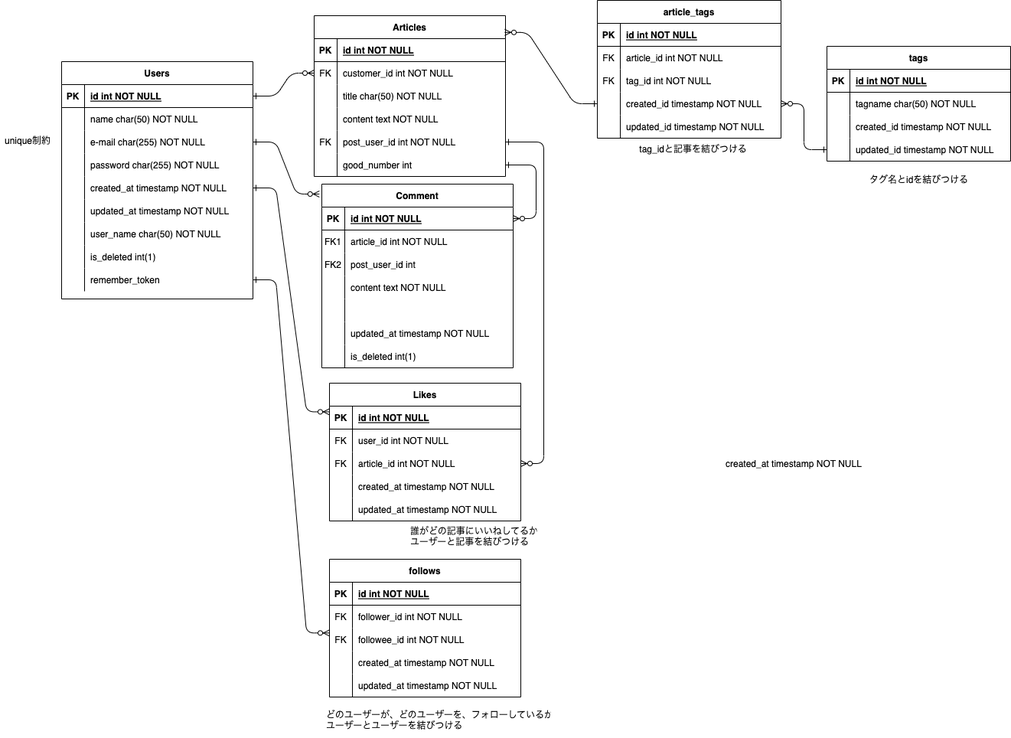
The draw.io diagram 名称未設定ファイル.drawio.png in yusukekoseki/gocrud, before a commit. Source tidied: cells renumbered, new cells last; positions are measured from the earlier drawing's top-left corner, leaving out a move shared by most shapes.
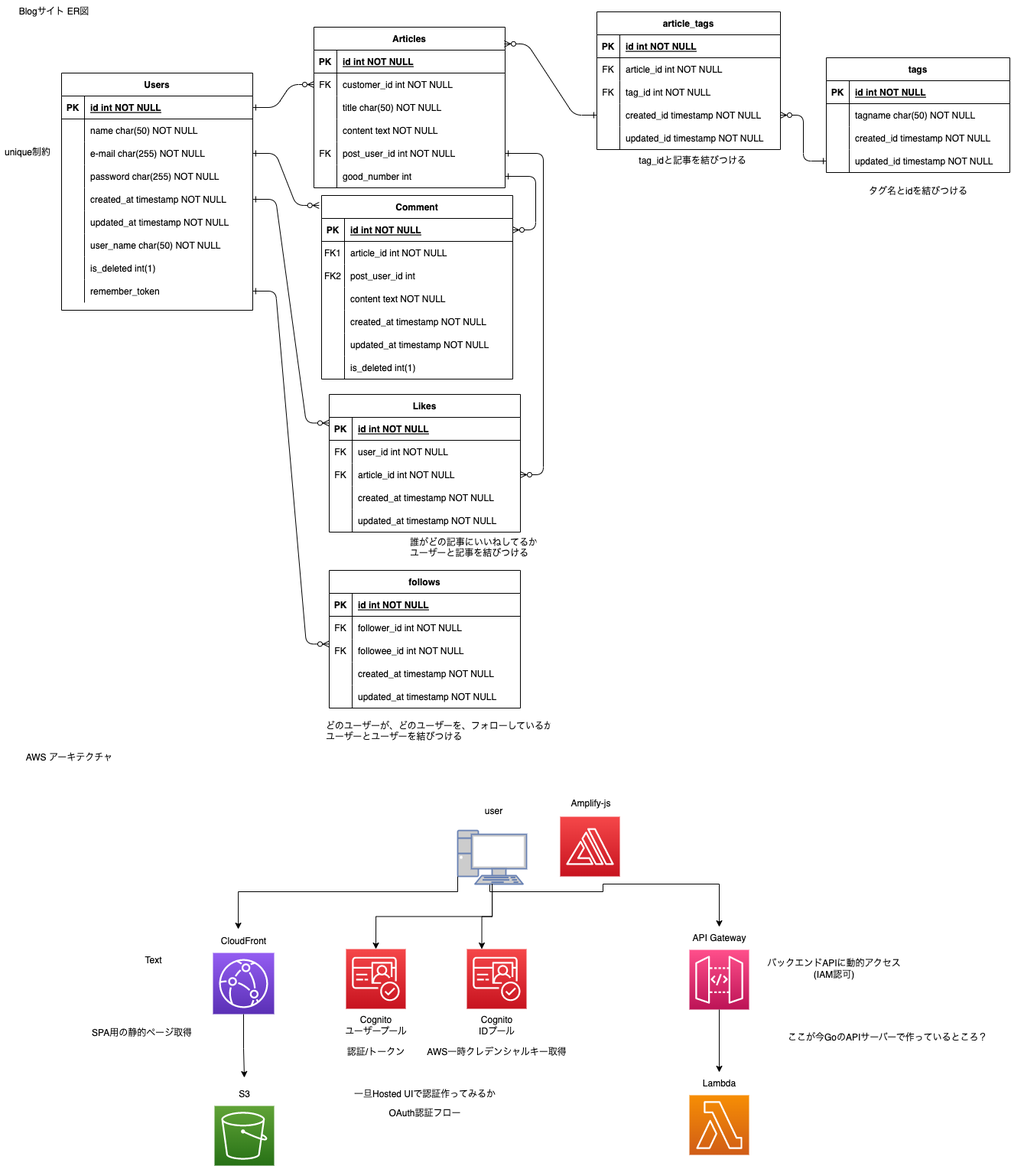
The same file after the commit.

Commit message:
名称未設定ファイル.drawio.png を更新します

The edit, as a diff of the source:
```diff
@@ -107,7 +107,7 @@
     <mxCell id="36" style="shape=partialRectangle;overflow=hidden;fillColor=none;top=0;left=0;bottom=0;right=0;" parent="35" vertex="1">
       <mxGeometry width="30" height="30" as="geometry" />
     </mxCell>
-    <mxCell id="37" style="shape=partialRectangle;overflow=hidden;fillColor=none;top=0;left=0;bottom=0;right=0;align=left;spacingLeft=6;" parent="35" vertex="1">
+    <mxCell id="37" value="created_at timestamp NOT NULL" style="shape=partialRectangle;overflow=hidden;fillColor=none;top=0;left=0;bottom=0;right=0;align=left;spacingLeft=6;" parent="35" vertex="1">
       <mxGeometry x="30" width="220" height="30" as="geometry" />
     </mxCell>
     <mxCell id="38" style="shape=partialRectangle;fillColor=none;top=0;left=0;right=0;bottom=0;" parent="22" vertex="1">
@@ -212,9 +212,6 @@
     <mxCell id="71" value="remember_token " style="shape=partialRectangle;overflow=hidden;fillColor=none;top=0;left=0;bottom=0;right=0;align=left;spacingLeft=6;" parent="69" vertex="1">
       <mxGeometry x="30" width="220" height="30" as="geometry" />
     </mxCell>
-    <mxCell id="72" value="created_at timestamp NOT NULL" style="shape=partialRectangle;overflow=hidden;fillColor=none;top=0;left=0;bottom=0;right=0;align=left;spacingLeft=6;" parent="1" vertex="1">
-      <mxGeometry x="940" y="590" width="220" height="30" as="geometry" />
-    </mxCell>
     <mxCell id="73" value="article_tags" style="shape=table;startSize=30;rowLines=0;fontStyle=1;align=center;" parent="1" vertex="1">
       <mxGeometry x="780" width="240" height="180" as="geometry" />
     </mxCell>
@@ -434,5 +431,138 @@
     <mxCell id="145" style="edgeStyle=entityRelationEdgeStyle;endArrow=ERzeroToMany;startArrow=ERone;endFill=1;startFill=0;exitX=1;exitY=0.5;exitDx=0;exitDy=0;entryX=-0.013;entryY=0.054;entryDx=0;entryDy=0;entryPerimeter=0;" parent="1" edge="1" source="51" target="22">
       <mxGeometry relative="1" as="geometry" />
     </mxCell>
+    <mxCell id="146" value="Blogサイト ER図" style="text;html=1;align=center;verticalAlign=middle;strokeColor=none;fillColor=none;" parent="1" vertex="1">
+      <mxGeometry x="10" y="-15" width="120" height="30" as="geometry" />
+    </mxCell>
+    <mxCell id="147" value="AWS アーキテクチャ" style="text;html=1;align=center;verticalAlign=middle;strokeColor=none;fillColor=none;" parent="1" vertex="1">
+      <mxGeometry x="20" y="960" width="140" height="30" as="geometry" />
+    </mxCell>
+    <mxCell id="148" style="edgeStyle=orthogonalEdgeStyle;rounded=0;jettySize=auto;html=1;exitX=0.5;exitY=1;exitDx=0;exitDy=0;exitPerimeter=0;" parent="1" edge="1" source="172" target="158">
+      <mxGeometry relative="1" as="geometry">
+        <Array as="points">
+          <mxPoint x="640" y="1130" />
+          <mxPoint x="640" y="1150" />
+          <mxPoint x="788" y="1150" />
+          <mxPoint x="788" y="1140" />
+          <mxPoint x="940" y="1140" />
+        </Array>
+      </mxGeometry>
+    </mxCell>
+    <mxCell id="149" style="edgeStyle=orthogonalEdgeStyle;rounded=0;jettySize=auto;html=1;exitX=0;exitY=0.5;exitDx=0;exitDy=0;exitPerimeter=0;entryX=0.413;entryY=-0.033;entryDx=0;entryDy=0;entryPerimeter=0;" parent="1" edge="1" source="172" target="167">
+      <mxGeometry relative="1" as="geometry">
+        <Array as="points">
+          <mxPoint x="598" y="1150" />
+          <mxPoint x="311" y="1150" />
+        </Array>
+      </mxGeometry>
+    </mxCell>
+    <mxCell id="150" style="group;" parent="1" vertex="1">
+      <mxGeometry x="280" y="1400" width="78" height="108" as="geometry" />
+    </mxCell>
+    <mxCell id="151" style="sketch=0;fontColor=#232F3E;gradientColor=#60A337;gradientDirection=north;fillColor=#277116;strokeColor=#ffffff;dashed=0;verticalLabelPosition=bottom;verticalAlign=top;align=center;html=1;fontSize=12;fontStyle=0;shape=mxgraph.aws4.resourceIcon;resIcon=mxgraph.aws4.s3;" parent="150" vertex="1">
+      <mxGeometry y="30" width="78" height="78" as="geometry" />
+    </mxCell>
+    <mxCell id="152" value="S3" style="text;html=1;align=center;verticalAlign=middle;points=[];strokeColor=none;fillColor=none;" parent="150" vertex="1">
+      <mxGeometry x="19" width="40" height="30" as="geometry" />
+    </mxCell>
+    <mxCell id="153" style="group;" parent="1" vertex="1">
+      <mxGeometry x="732" y="1020" width="80" height="110" as="geometry" />
+    </mxCell>
+    <mxCell id="154" style="sketch=0;fontColor=#232F3E;gradientColor=#F54749;gradientDirection=north;fillColor=#C7131F;strokeColor=#ffffff;dashed=0;verticalLabelPosition=bottom;verticalAlign=top;align=center;html=1;fontSize=12;fontStyle=0;shape=mxgraph.aws4.resourceIcon;resIcon=mxgraph.aws4.amplify;" parent="153" vertex="1">
+      <mxGeometry y="32" width="78" height="78" as="geometry" />
+    </mxCell>
+    <mxCell id="155" value="Amplify-js" style="text;html=1;align=center;verticalAlign=middle;strokeColor=none;fillColor=none;" parent="153" vertex="1">
+      <mxGeometry width="80" height="30" as="geometry" />
+    </mxCell>
+    <mxCell id="156" style="group;" parent="1" vertex="1">
+      <mxGeometry x="895" y="1196" width="90" height="108" as="geometry" />
+    </mxCell>
+    <mxCell id="157" style="sketch=0;points=[[0,0,0],[0.25,0,0],[0.5,0,0],[0.75,0,0],[1,0,0],[0,1,0],[0.25,1,0],[0.5,1,0],[0.75,1,0],[1,1,0],[0,0.25,0],[0,0.5,0],[0,0.75,0],[1,0.25,0],[1,0.5,0],[1,0.75,0]];outlineConnect=0;fontColor=#232F3E;gradientColor=#FF4F8B;gradientDirection=north;fillColor=#BC1356;strokeColor=#ffffff;dashed=0;verticalLabelPosition=bottom;verticalAlign=top;align=center;html=1;fontSize=12;fontStyle=0;shape=mxgraph.aws4.resourceIcon;resIcon=mxgraph.aws4.api_gateway;" parent="156" vertex="1">
+      <mxGeometry x="6" y="30" width="78" height="78" as="geometry" />
+    </mxCell>
+    <mxCell id="158" value="API Gateway" style="text;html=1;align=center;verticalAlign=middle;points=[];strokeColor=none;fillColor=none;" parent="156" vertex="1">
+      <mxGeometry width="90" height="30" as="geometry" />
+    </mxCell>
+    <mxCell id="159" style="group;" parent="1" vertex="1">
+      <mxGeometry x="901" y="1386" width="78" height="108" as="geometry" />
+    </mxCell>
+    <mxCell id="160" style="sketch=0;fontColor=#232F3E;gradientColor=#F78E04;gradientDirection=north;fillColor=#D05C17;strokeColor=#ffffff;dashed=0;verticalLabelPosition=bottom;verticalAlign=top;align=center;html=1;fontSize=12;fontStyle=0;shape=mxgraph.aws4.resourceIcon;resIcon=mxgraph.aws4.lambda;" parent="159" vertex="1">
+      <mxGeometry y="30" width="78" height="78" as="geometry" />
+    </mxCell>
+    <mxCell id="161" value="Lambda" style="text;html=1;align=center;verticalAlign=middle;points=[];strokeColor=none;fillColor=none;" parent="159" vertex="1">
+      <mxGeometry x="4" width="70" height="30" as="geometry" />
+    </mxCell>
+    <mxCell id="162" style="edgeStyle=orthogonalEdgeStyle;rounded=0;jettySize=auto;html=1;exitX=0.5;exitY=1;exitDx=0;exitDy=0;exitPerimeter=0;" parent="1" edge="1" source="157" target="161">
+      <mxGeometry relative="1" as="geometry" />
+    </mxCell>
+    <mxCell id="163" value="バックエンドAPIに動的アクセス&lt;br&gt;(IAM認可)" style="text;html=1;align=center;verticalAlign=middle;strokeColor=none;fillColor=none;" parent="1" vertex="1">
+      <mxGeometry x="990" y="1231" width="200" height="40" as="geometry" />
+    </mxCell>
+    <mxCell id="164" value="ここが今GoのAPIサーバーで作っているところ？" style="text;html=1;align=center;verticalAlign=middle;strokeColor=none;fillColor=none;" parent="1" vertex="1">
+      <mxGeometry x="1020" y="1326" width="280" height="30" as="geometry" />
+    </mxCell>
+    <mxCell id="165" style="group;" parent="1" vertex="1">
+      <mxGeometry x="278" y="1200" width="80" height="110" as="geometry" />
+    </mxCell>
+    <mxCell id="166" style="sketch=0;points=[[0,0,0],[0.25,0,0],[0.5,0,0],[0.75,0,0],[1,0,0],[0,1,0],[0.25,1,0],[0.5,1,0],[0.75,1,0],[1,1,0],[0,0.25,0],[0,0.5,0],[0,0.75,0],[1,0.25,0],[1,0.5,0],[1,0.75,0]];outlineConnect=0;fontColor=#232F3E;gradientColor=#945DF2;gradientDirection=north;fillColor=#5A30B5;strokeColor=#ffffff;dashed=0;verticalLabelPosition=bottom;verticalAlign=top;align=center;html=1;fontSize=12;fontStyle=0;shape=mxgraph.aws4.resourceIcon;resIcon=mxgraph.aws4.cloudfront;" parent="165" vertex="1">
+      <mxGeometry y="30" width="80" height="80" as="geometry" />
+    </mxCell>
+    <mxCell id="167" value="CloudFront" style="text;html=1;align=center;verticalAlign=middle;points=[];strokeColor=none;fillColor=none;" parent="165" vertex="1">
+      <mxGeometry width="80" height="30" as="geometry" />
+    </mxCell>
+    <mxCell id="168" style="edgeStyle=orthogonalEdgeStyle;rounded=0;jettySize=auto;html=1;exitX=0.5;exitY=1;exitDx=0;exitDy=0;exitPerimeter=0;entryX=0.5;entryY=-0.233;entryDx=0;entryDy=0;entryPerimeter=0;" parent="1" edge="1" source="166" target="152">
+      <mxGeometry relative="1" as="geometry" />
+    </mxCell>
+    <mxCell id="169" value="SPA用の静的ページ取得" style="text;html=1;align=center;verticalAlign=middle;strokeColor=none;fillColor=none;" parent="1" vertex="1">
+      <mxGeometry x="110" y="1320" width="150" height="30" as="geometry" />
+    </mxCell>
+    <mxCell id="170" value="Text" style="text;html=1;align=center;verticalAlign=middle;strokeColor=none;fillColor=none;" parent="1" vertex="1">
+      <mxGeometry x="175" y="1225" width="50" height="30" as="geometry" />
+    </mxCell>
+    <mxCell id="171" style="group;" parent="1" vertex="1">
+      <mxGeometry x="598" y="1030" width="90" height="110" as="geometry" />
+    </mxCell>
+    <mxCell id="172" style="fontColor=#0066CC;verticalAlign=top;verticalLabelPosition=bottom;labelPosition=center;align=center;html=1;outlineConnect=0;fillColor=#CCCCCC;strokeColor=#6881B3;gradientColor=none;gradientDirection=north;strokeWidth=2;shape=mxgraph.networks.pc;" parent="171" vertex="1">
+      <mxGeometry y="40" width="90" height="70" as="geometry" />
+    </mxCell>
+    <mxCell id="173" value="user" style="text;html=1;align=center;verticalAlign=middle;strokeColor=none;fillColor=none;" parent="171" vertex="1">
+      <mxGeometry x="22" width="50" height="30" as="geometry" />
+    </mxCell>
+    <mxCell id="174" style="edgeStyle=orthogonalEdgeStyle;rounded=0;jettySize=auto;html=1;entryX=0.25;entryY=0;entryDx=0;entryDy=0;entryPerimeter=0;" parent="1" edge="1" source="172" target="180">
+      <mxGeometry relative="1" as="geometry" />
+    </mxCell>
+    <mxCell id="175" style="edgeStyle=orthogonalEdgeStyle;rounded=0;jettySize=auto;html=1;exitX=0.5;exitY=1;exitDx=0;exitDy=0;exitPerimeter=0;entryX=0.5;entryY=0;entryDx=0;entryDy=0;entryPerimeter=0;" parent="1" edge="1" source="172" target="177">
+      <mxGeometry relative="1" as="geometry" />
+    </mxCell>
+    <mxCell id="176" style="group;" parent="1" vertex="1">
+      <mxGeometry x="441" y="1225" width="100" height="120" as="geometry" />
+    </mxCell>
+    <mxCell id="177" style="sketch=0;points=[[0,0,0],[0.25,0,0],[0.5,0,0],[0.75,0,0],[1,0,0],[0,1,0],[0.25,1,0],[0.5,1,0],[0.75,1,0],[1,1,0],[0,0.25,0],[0,0.5,0],[0,0.75,0],[1,0.25,0],[1,0.5,0],[1,0.75,0]];outlineConnect=0;fontColor=#232F3E;gradientColor=#F54749;gradientDirection=north;fillColor=#C7131F;strokeColor=#ffffff;dashed=0;verticalLabelPosition=bottom;verticalAlign=top;align=center;html=1;fontSize=12;fontStyle=0;shape=mxgraph.aws4.resourceIcon;resIcon=mxgraph.aws4.cognito;" parent="176" vertex="1">
+      <mxGeometry x="11" width="78" height="78" as="geometry" />
+    </mxCell>
+    <mxCell id="178" value="Cognito&lt;br&gt;ユーザープール" style="text;html=1;align=center;verticalAlign=middle;strokeColor=none;fillColor=none;" parent="176" vertex="1">
+      <mxGeometry y="80" width="100" height="40" as="geometry" />
+    </mxCell>
+    <mxCell id="179" style="group;" parent="1" vertex="1">
+      <mxGeometry x="610" y="1225" width="78" height="120" as="geometry" />
+    </mxCell>
+    <mxCell id="180" style="sketch=0;points=[[0,0,0],[0.25,0,0],[0.5,0,0],[0.75,0,0],[1,0,0],[0,1,0],[0.25,1,0],[0.5,1,0],[0.75,1,0],[1,1,0],[0,0.25,0],[0,0.5,0],[0,0.75,0],[1,0.25,0],[1,0.5,0],[1,0.75,0]];outlineConnect=0;fontColor=#232F3E;gradientColor=#F54749;gradientDirection=north;fillColor=#C7131F;strokeColor=#ffffff;dashed=0;verticalLabelPosition=bottom;verticalAlign=top;align=center;html=1;fontSize=12;fontStyle=0;shape=mxgraph.aws4.resourceIcon;resIcon=mxgraph.aws4.cognito;" parent="179" vertex="1">
+      <mxGeometry width="78" height="78" as="geometry" />
+    </mxCell>
+    <mxCell id="181" value="Cognito&lt;br&gt;IDプール" style="text;html=1;align=center;verticalAlign=middle;strokeColor=none;fillColor=none;" parent="179" vertex="1">
+      <mxGeometry x="4" y="80" width="70" height="40" as="geometry" />
+    </mxCell>
+    <mxCell id="182" value="AWS一時クレデンシャルキー取得" style="text;html=1;align=center;verticalAlign=middle;strokeColor=none;fillColor=none;" parent="1" vertex="1">
+      <mxGeometry x="544" y="1345" width="210" height="30" as="geometry" />
+    </mxCell>
+    <mxCell id="183" value="認証/トークン" style="text;html=1;align=center;verticalAlign=middle;strokeColor=none;fillColor=none;" parent="1" vertex="1">
+      <mxGeometry x="441" y="1345" width="100" height="30" as="geometry" />
+    </mxCell>
+    <mxCell id="184" value="一旦Hosted UIで認証作ってみるか" style="text;html=1;align=center;verticalAlign=middle;strokeColor=none;fillColor=none;" parent="1" vertex="1">
+      <mxGeometry x="450" y="1400" width="210" height="30" as="geometry" />
+    </mxCell>
+    <mxCell id="185" value="OAuth認証フロー" style="text;html=1;align=center;verticalAlign=middle;strokeColor=none;fillColor=none;" parent="1" vertex="1">
+      <mxGeometry x="495" y="1425" width="120" height="30" as="geometry" />
+    </mxCell>
   </root>
 </mxGraphModel>
```
